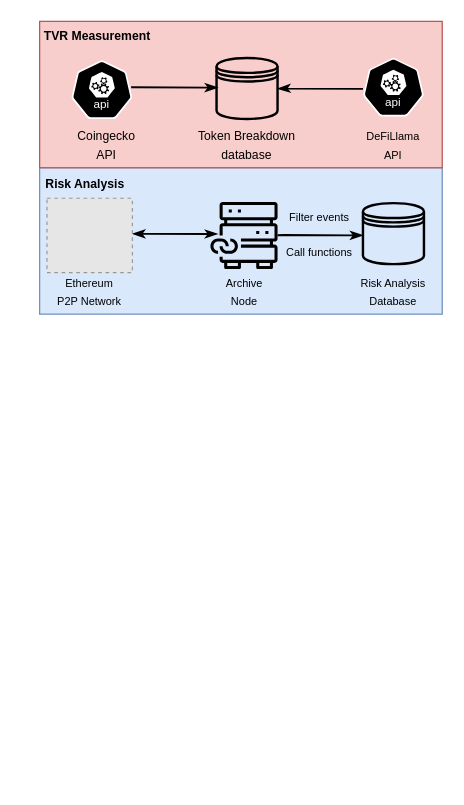
Above: diagrams/data_pipeline.drawio in lyc0603/tvl-measurement (draw.io), before the change. Source tidied: cells renumbered, new cells numbered last; positions are measured from the earlier drawing's top-left corner, leaving out a move shared by most shapes. Both pictures are drawn from the tidied source at 122%, with x=0, y=0 at pixel (39, 21). Pictures stored in the file or linked from it are replaced by grey dashed boxes.
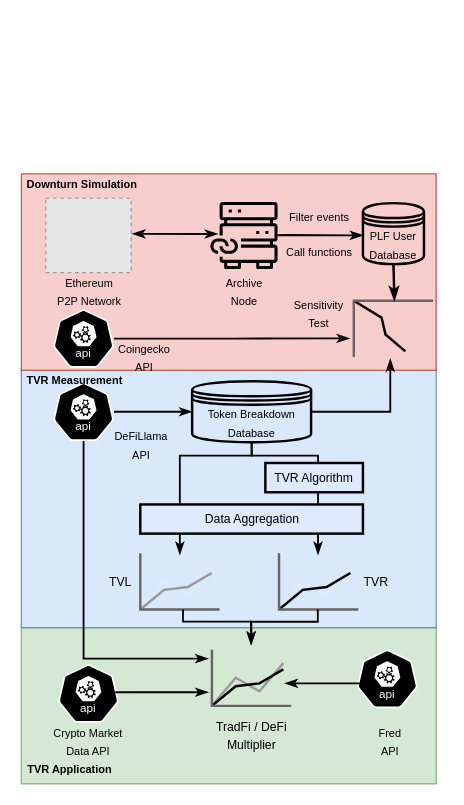
The same page after the edit.

Change to the diagram source:
```diff
@@
-    <mxCell id="2" style="rounded=0;whiteSpace=wrap;html=1;fillColor=#dae8fc;strokeColor=#6c8ebf;" parent="1" vertex="1">
-      <mxGeometry y="120" width="330" height="120" as="geometry" />
-    </mxCell>
+    <mxCell id="26" style="rounded=0;whiteSpace=wrap;html=1;fillColor=#d5e8d4;strokeColor=#82b366;" parent="1" vertex="1">
+      <mxGeometry x="-15" y="497" width="340" height="128" as="geometry" />
+    </mxCell>
+    <mxCell id="27" style="rounded=0;whiteSpace=wrap;html=1;fillColor=#dae8fc;strokeColor=#6c8ebf;" parent="1" vertex="1">
+      <mxGeometry x="-15" y="285" width="340" height="212" as="geometry" />
+    </mxCell>
+    <mxCell id="28" style="rounded=0;whiteSpace=wrap;html=1;fillColor=#f8cecc;strokeColor=#b85450;" parent="1" vertex="1">
+      <mxGeometry x="-15" y="125" width="340" height="161" as="geometry" />
+    </mxCell>
+    <mxCell id="29" style="edgeStyle=orthogonalEdgeStyle;rounded=0;jettySize=auto;html=1;exitX=0.5;exitY=1;exitDx=0;exitDy=0;entryX=0.492;entryY=0.025;entryDx=0;entryDy=0;entryPerimeter=0;strokeWidth=1.5;endArrow=classicThin;endFill=1;" parent="1" edge="1" source="18" target="34">
+      <mxGeometry relative="1" as="geometry">
+        <Array as="points">
+          <mxPoint x="173" y="356" />
+          <mxPoint x="228" y="356" />
+        </Array>
+      </mxGeometry>
+    </mxCell>
+    <mxCell id="30" style="edgeStyle=orthogonalEdgeStyle;rounded=0;jettySize=auto;html=1;exitX=0.5;exitY=1;exitDx=0;exitDy=0;entryX=0.499;entryY=0.025;entryDx=0;entryDy=0;entryPerimeter=0;strokeWidth=1.5;endArrow=classicThin;endFill=1;" parent="1" edge="1" source="18" target="33">
+      <mxGeometry relative="1" as="geometry">
+        <Array as="points">
+          <mxPoint x="173" y="356" />
+          <mxPoint x="115" y="356" />
+        </Array>
+      </mxGeometry>
+    </mxCell>
+    <mxCell id="31" value="&lt;font style=&quot;font-size: 10px;&quot;&gt;Data Aggregation&lt;/font&gt;" style="rounded=0;whiteSpace=wrap;html=1;strokeWidth=2;fillColor=#DDEAFF;" parent="1" vertex="1">
+      <mxGeometry x="82.5" y="396" width="182.5" height="23.9" as="geometry" />
+    </mxCell>
@@
-    <mxCell id="6" style="shape=datastore;whiteSpace=wrap;html=1;strokeWidth=2;fillColor=none;" parent="1" vertex="1">
+    <mxCell id="6" value="&lt;font style=&quot;font-size: 9px;&quot;&gt;PLF User&lt;br style=&quot;border-color: var(--border-color);&quot;&gt;Database&lt;/font&gt;" style="shape=datastore;whiteSpace=wrap;html=1;strokeWidth=2;fillColor=none;" parent="1" vertex="1">
       <mxGeometry x="265" y="149" width="50" height="50" as="geometry" />
     </mxCell>
-    <mxCell id="7" value="Risk Analysis" style="text;html=1;strokeColor=none;fillColor=none;align=center;verticalAlign=middle;whiteSpace=wrap;rounded=0;fontStyle=1;fontSize=10;" parent="1" vertex="1">
-      <mxGeometry y="121.9" width="75" height="23.1" as="geometry" />
-    </mxCell>
-    <mxCell id="8" style="group;" parent="1" vertex="1">
-      <mxGeometry x="6" y="145" width="70" height="61" as="geometry" />
-    </mxCell>
+    <mxCell id="11" value="&lt;font style=&quot;font-size: 9px;&quot;&gt;Ethereum&lt;br&gt;P2P Network&lt;/font&gt;" style="text;html=1;strokeColor=none;fillColor=none;align=center;verticalAlign=middle;whiteSpace=wrap;rounded=0;" parent="1" vertex="1">
+      <mxGeometry x="11" y="206" width="60" height="30" as="geometry" />
+    </mxCell>
+    <mxCell id="12" value="&lt;font style=&quot;font-size: 9px;&quot;&gt;Archive &lt;br&gt;Node&lt;/font&gt;" style="text;html=1;strokeColor=none;fillColor=none;align=center;verticalAlign=middle;whiteSpace=wrap;rounded=0;" parent="1" vertex="1">
+      <mxGeometry x="137.5" y="206" width="60" height="30" as="geometry" />
+    </mxCell>
+    <mxCell id="14" value="&lt;font style=&quot;font-size: 9px;&quot;&gt;Filter events&lt;br&gt;&lt;/font&gt;" style="text;html=1;strokeColor=none;fillColor=none;align=center;verticalAlign=middle;whiteSpace=wrap;rounded=0;" parent="1" vertex="1">
+      <mxGeometry x="197.5" y="150" width="62.5" height="20" as="geometry" />
+    </mxCell>
+    <mxCell id="18" value="&lt;font style=&quot;font-size: 9px;&quot;&gt;Token Breakdown&lt;br style=&quot;border-color: var(--border-color);&quot;&gt;Database&lt;/font&gt;" style="shape=datastore;whiteSpace=wrap;html=1;strokeWidth=2;fillColor=none;" parent="1" vertex="1">
+      <mxGeometry x="125" y="295" width="97.5" height="50" as="geometry" />
+    </mxCell>
+    <mxCell id="32" style="edgeStyle=orthogonalEdgeStyle;rounded=0;jettySize=auto;html=1;entryX=0;entryY=0.5;entryDx=0;entryDy=0;strokeWidth=1.5;endArrow=classicThin;endFill=1;" parent="1" edge="1" source="23" target="18">
+      <mxGeometry relative="1" as="geometry" />
+    </mxCell>
+    <mxCell id="23" style="sketch=0;html=1;dashed=0;whitespace=wrap;fillColor=#000000;strokeColor=#ffffff;points=[[0.005,0.63,0],[0.1,0.2,0],[0.9,0.2,0],[0.5,0,0],[0.995,0.63,0],[0.72,0.99,0],[0.5,1,0],[0.28,0.99,0]];shape=mxgraph.kubernetes.icon2;kubernetesLabel=1;prIcon=api;" parent="1" vertex="1">
+      <mxGeometry x="11" y="296" width="50" height="48" as="geometry" />
+    </mxCell>
+    <mxCell id="25" value="&lt;font style=&quot;font-size: 9px;&quot;&gt;Call functions&lt;br&gt;&lt;/font&gt;" style="text;html=1;strokeColor=none;fillColor=none;align=center;verticalAlign=middle;whiteSpace=wrap;rounded=0;" parent="1" vertex="1">
+      <mxGeometry x="197.5" y="179" width="62.5" height="20" as="geometry" />
+    </mxCell>
+    <mxCell id="33" style="verticalLabelPosition=bottom;shadow=0;dashed=0;align=center;html=1;verticalAlign=top;strokeWidth=1;shape=mxgraph.mockup.graphics.lineChart;strokeColor=none;strokeColor2=#666666;strokeColor3=#999999;strokeColor4=#DDEAFF;fillColor=none;" parent="1" vertex="1">
+      <mxGeometry x="82.5" y="436" width="65" height="46.1" as="geometry" />
+    </mxCell>
+    <mxCell id="34" style="verticalLabelPosition=bottom;shadow=0;dashed=0;align=center;html=1;verticalAlign=top;strokeWidth=1;shape=mxgraph.mockup.graphics.lineChart;strokeColor=none;strokeColor2=#666666;strokeColor3=#000000;strokeColor4=#DDEAFF;fillColor=none;" parent="1" vertex="1">
+      <mxGeometry x="196.2" y="436" width="65" height="46.1" as="geometry" />
+    </mxCell>
+    <mxCell id="35" value="&lt;font size=&quot;1&quot;&gt;TVL&lt;/font&gt;" style="text;html=1;strokeColor=none;fillColor=none;align=center;verticalAlign=middle;whiteSpace=wrap;rounded=0;" parent="1" vertex="1">
+      <mxGeometry x="50" y="449.1" width="32.5" height="20" as="geometry" />
+    </mxCell>
+    <mxCell id="36" value="&lt;font style=&quot;font-size: 10px;&quot;&gt;TVR Algorithm&lt;/font&gt;" style="rounded=0;whiteSpace=wrap;html=1;strokeWidth=2;fillColor=#DDEAFF;" parent="1" vertex="1">
+      <mxGeometry x="185" y="362" width="80" height="24" as="geometry" />
+    </mxCell>
+    <mxCell id="37" style="verticalLabelPosition=bottom;shadow=0;dashed=0;align=center;html=1;verticalAlign=top;strokeWidth=1;shape=mxgraph.mockup.graphics.lineChart;strokeColor=none;strokeColor2=#666666;strokeColor3=#000000;strokeColor4=#FFCCCC;direction=south;portConstraint=none;fillColor=none;" parent="1" vertex="1">
+      <mxGeometry x="257.5" y="229" width="65" height="46.1" as="geometry" />
+    </mxCell>
+    <mxCell id="38" value="&lt;font style=&quot;font-size: 9px;&quot;&gt;Coingecko&lt;br&gt;API&lt;br&gt;&lt;/font&gt;" style="text;html=1;strokeColor=none;fillColor=none;align=center;verticalAlign=middle;whiteSpace=wrap;rounded=0;" parent="1" vertex="1">
+      <mxGeometry x="61" y="260" width="50" height="30" as="geometry" />
+    </mxCell>
+    <mxCell id="39" style="edgeStyle=orthogonalEdgeStyle;rounded=0;jettySize=auto;html=1;entryX=1.032;entryY=0.54;entryDx=0;entryDy=0;entryPerimeter=0;endArrow=classicThin;endFill=1;strokeWidth=1.5;" parent="1" edge="1" source="18" target="37">
+      <mxGeometry relative="1" as="geometry">
+        <Array as="points">
+          <mxPoint x="287" y="320" />
+        </Array>
+      </mxGeometry>
+    </mxCell>
+    <mxCell id="40" style="edgeStyle=orthogonalEdgeStyle;rounded=0;jettySize=auto;html=1;exitX=0.5;exitY=1;exitDx=0;exitDy=0;entryX=0.002;entryY=0.488;entryDx=0;entryDy=0;entryPerimeter=0;strokeWidth=2;endArrow=classicThin;endFill=1;" parent="1" edge="1" source="6" target="37">
+      <mxGeometry relative="1" as="geometry" />
+    </mxCell>
+    <mxCell id="41" style="sketch=0;html=1;dashed=0;whitespace=wrap;fillColor=#000000;strokeColor=#ffffff;points=[[0.005,0.63,0],[0.1,0.2,0],[0.9,0.2,0],[0.5,0,0],[0.995,0.63,0],[0.72,0.99,0],[0.5,1,0],[0.28,0.99,0]];shape=mxgraph.kubernetes.icon2;kubernetesLabel=1;prIcon=api;" parent="1" vertex="1">
+      <mxGeometry x="11" y="236" width="50" height="48" as="geometry" />
+    </mxCell>
+    <mxCell id="42" style="edgeStyle=orthogonalEdgeStyle;rounded=0;jettySize=auto;html=1;entryX=0.67;entryY=1.053;entryDx=0;entryDy=0;entryPerimeter=0;strokeWidth=1.5;endArrow=classicThin;endFill=1;" parent="1" edge="1" source="41" target="37">
+      <mxGeometry relative="1" as="geometry" />
+    </mxCell>
+    <mxCell id="43" value="&lt;font size=&quot;1&quot;&gt;TVR&lt;/font&gt;" style="text;html=1;strokeColor=none;fillColor=none;align=center;verticalAlign=middle;whiteSpace=wrap;rounded=0;" parent="1" vertex="1">
+      <mxGeometry x="261.2" y="449" width="30" height="20" as="geometry" />
+    </mxCell>
+    <mxCell id="44" style="sketch=0;html=1;dashed=0;whitespace=wrap;fillColor=#000000;strokeColor=#ffffff;shape=mxgraph.kubernetes.icon2;kubernetesLabel=1;prIcon=api;" parent="1" vertex="1">
+      <mxGeometry x="260" y="515" width="50" height="48" as="geometry" />
+    </mxCell>
+    <mxCell id="45" value="&lt;font style=&quot;font-size: 9px;&quot;&gt;Fred&lt;br&gt;API&lt;br&gt;&lt;/font&gt;" style="text;html=1;strokeColor=none;fillColor=none;align=center;verticalAlign=middle;whiteSpace=wrap;rounded=0;" parent="1" vertex="1">
+      <mxGeometry x="265" y="575" width="45" height="30" as="geometry" />
+    </mxCell>
+    <mxCell id="46" style="verticalLabelPosition=bottom;shadow=0;dashed=0;align=center;html=1;verticalAlign=top;strokeWidth=1;shape=mxgraph.mockup.graphics.lineChart;strokeColor=none;strokeColor2=#666666;strokeColor3=#000000;strokeColor4=#999999;fillColor=none;" parent="1" vertex="1">
+      <mxGeometry x="141.2" y="515" width="65" height="46.1" as="geometry" />
+    </mxCell>
+    <mxCell id="47" value="&lt;font size=&quot;1&quot;&gt;TradFi / DeFi Multiplier&lt;/font&gt;" style="text;html=1;strokeColor=none;fillColor=none;align=center;verticalAlign=middle;whiteSpace=wrap;rounded=0;" parent="1" vertex="1">
+      <mxGeometry x="130" y="575" width="87.5" height="20" as="geometry" />
+    </mxCell>
+    <mxCell id="48" style="edgeStyle=orthogonalEdgeStyle;rounded=0;jettySize=auto;html=1;strokeWidth=1.5;endArrow=classicThin;endFill=1;entryX=0.492;entryY=-0.092;entryDx=0;entryDy=0;entryPerimeter=0;" parent="1" edge="1" target="46">
+      <mxGeometry relative="1" as="geometry">
+        <mxPoint x="117.5" y="482.1" as="sourcePoint" />
+        <Array as="points">
+          <mxPoint x="118" y="492" />
+          <mxPoint x="173" y="492" />
+        </Array>
+      </mxGeometry>
+    </mxCell>
+    <mxCell id="49" style="edgeStyle=orthogonalEdgeStyle;rounded=0;orthogonalLoop=1;jettySize=auto;html=1;strokeWidth=1.5;endArrow=classicThin;endFill=1;entryX=0.492;entryY=-0.092;entryDx=0;entryDy=0;entryPerimeter=0;" parent="1" edge="1">
+      <mxGeometry relative="1" as="geometry">
+        <mxPoint x="228" y="483.1" as="sourcePoint" />
+        <mxPoint x="173.5" y="511" as="targetPoint" />
+        <Array as="points">
+          <mxPoint x="228" y="482.1" />
+          <mxPoint x="228" y="492.1" />
+          <mxPoint x="174" y="492.1" />
+        </Array>
+      </mxGeometry>
+    </mxCell>
+    <mxCell id="20" value="&lt;font style=&quot;font-size: 9px;&quot;&gt;DeFiLlama&lt;br&gt;API&lt;br&gt;&lt;/font&gt;" style="text;html=1;strokeColor=none;fillColor=none;align=center;verticalAlign=middle;whiteSpace=wrap;rounded=0;" parent="1" vertex="1">
+      <mxGeometry x="61" y="332" width="45" height="30" as="geometry" />
+    </mxCell>
+    <mxCell id="50" value="&lt;font style=&quot;font-size: 9px;&quot;&gt;Sensitivity Test&lt;br&gt;&lt;/font&gt;" style="text;html=1;strokeColor=none;fillColor=none;align=center;verticalAlign=middle;whiteSpace=wrap;rounded=0;" parent="1" vertex="1">
+      <mxGeometry x="208.8" y="229" width="40" height="20" as="geometry" />
+    </mxCell>
+    <mxCell id="51" style="group;" parent="1" vertex="1">
+      <mxGeometry x="5" y="145" width="84" height="61" as="geometry" />
+    </mxCell>
-    <mxCell id="9" style="fillColor=#E6E6E6;strokeColor=#999999;dashed=1;verticalLabelPosition=bottom;labelBackgroundColor=default;verticalAlign=top;" parent="8" vertex="1">
+    <mxCell id="9" style="fillColor=#E6E6E6;strokeColor=#999999;dashed=1;verticalLabelPosition=bottom;labelBackgroundColor=default;verticalAlign=top;" parent="51" vertex="1">
       <mxGeometry x="26.6" y="16.4" width="16.9" height="28.1" as="geometry" />
     </mxCell>
-    <mxCell id="10" style="fillColor=#E6E6E6;strokeColor=#999999;dashed=1;verticalLabelPosition=bottom;labelBackgroundColor=default;verticalAlign=top;" parent="8" vertex="1">
+    <mxCell id="10" style="fillColor=#E6E6E6;strokeColor=#999999;dashed=1;verticalLabelPosition=bottom;labelBackgroundColor=default;verticalAlign=top;" parent="51" vertex="1">
       <mxGeometry width="70" height="61" as="geometry" />
     </mxCell>
-    <mxCell id="11" value="&lt;font style=&quot;font-size: 9px;&quot;&gt;Ethereum&lt;br&gt;P2P Network&lt;/font&gt;" style="text;html=1;strokeColor=none;fillColor=none;align=center;verticalAlign=middle;whiteSpace=wrap;rounded=0;" parent="1" vertex="1">
-      <mxGeometry x="11" y="206" width="60" height="30" as="geometry" />
-    </mxCell>
-    <mxCell id="12" value="&lt;font style=&quot;font-size: 9px;&quot;&gt;Archive &lt;br&gt;Node&lt;/font&gt;" style="text;html=1;strokeColor=none;fillColor=none;align=center;verticalAlign=middle;whiteSpace=wrap;rounded=0;" parent="1" vertex="1">
-      <mxGeometry x="137.5" y="206" width="60" height="30" as="geometry" />
-    </mxCell>
-    <mxCell id="13" value="&lt;font style=&quot;font-size: 9px;&quot;&gt;Risk Analysis&lt;br&gt;Database&lt;br&gt;&lt;/font&gt;" style="text;html=1;strokeColor=none;fillColor=none;align=center;verticalAlign=middle;whiteSpace=wrap;rounded=0;" parent="1" vertex="1">
-      <mxGeometry x="260" y="206" width="60" height="30" as="geometry" />
-    </mxCell>
-    <mxCell id="14" value="&lt;font style=&quot;font-size: 9px;&quot;&gt;Filter events&lt;br&gt;&lt;/font&gt;" style="text;html=1;strokeColor=none;fillColor=none;align=center;verticalAlign=middle;whiteSpace=wrap;rounded=0;" parent="1" vertex="1">
-      <mxGeometry x="197.5" y="150" width="62.5" height="20" as="geometry" />
-    </mxCell>
-    <mxCell id="15" style="rounded=0;whiteSpace=wrap;html=1;fillColor=#f8cecc;strokeColor=#b85450;" parent="1" vertex="1">
-      <mxGeometry width="330" height="120" as="geometry" />
-    </mxCell>
-    <mxCell id="16" style="endArrow=classicThin;startArrow=none;html=1;rounded=0;strokeWidth=1.5;startFill=0;endFill=1;" parent="1" edge="1">
-      <mxGeometry relative="1" as="geometry">
-        <mxPoint x="75" y="54" as="sourcePoint" />
-        <mxPoint x="146" y="54.3" as="targetPoint" />
-      </mxGeometry>
-    </mxCell>
-    <mxCell id="17" style="endArrow=none;startArrow=classicThin;html=1;rounded=0;strokeWidth=1.5;startFill=1;endFill=0;" parent="1" edge="1">
-      <mxGeometry relative="1" as="geometry">
-        <mxPoint x="195" y="55.3" as="sourcePoint" />
-        <mxPoint x="265" y="55.4" as="targetPoint" />
-        <Array as="points">
-          <mxPoint x="200" y="55.1" />
-        </Array>
-      </mxGeometry>
-    </mxCell>
-    <mxCell id="18" style="shape=datastore;whiteSpace=wrap;html=1;strokeWidth=2;fillColor=none;" parent="1" vertex="1">
-      <mxGeometry x="145" y="30" width="50" height="50" as="geometry" />
-    </mxCell>
+    <mxCell id="52" style="edgeStyle=orthogonalEdgeStyle;rounded=0;jettySize=auto;html=1;entryX=-0.046;entryY=0.161;entryDx=0;entryDy=0;entryPerimeter=0;strokeWidth=1.5;endArrow=classicThin;endFill=1;" parent="1" edge="1" source="23" target="46">
+      <mxGeometry relative="1" as="geometry">
+        <Array as="points">
+          <mxPoint x="36" y="522" />
+          <mxPoint x="138" y="522" />
+        </Array>
+      </mxGeometry>
+    </mxCell>
+    <mxCell id="53" style="edgeStyle=orthogonalEdgeStyle;rounded=0;orthogonalLoop=1;jettySize=auto;html=1;entryX=0;entryY=0.5;entryDx=0;entryDy=0;strokeWidth=1.5;endArrow=classicThin;endFill=1;" parent="1" edge="1">
+      <mxGeometry relative="1" as="geometry">
+        <mxPoint x="265" y="542.6" as="sourcePoint" />
+        <mxPoint x="201" y="542.6" as="targetPoint" />
+      </mxGeometry>
+    </mxCell>
+    <mxCell id="54" style="sketch=0;html=1;dashed=0;whitespace=wrap;fillColor=#000000;strokeColor=#ffffff;shape=mxgraph.kubernetes.icon2;kubernetesLabel=1;prIcon=api;" parent="1" vertex="1">
+      <mxGeometry x="15" y="527" width="50" height="48" as="geometry" />
+    </mxCell>
+    <mxCell id="55" style="edgeStyle=orthogonalEdgeStyle;rounded=0;orthogonalLoop=1;jettySize=auto;html=1;entryX=-0.046;entryY=0.757;entryDx=0;entryDy=0;strokeWidth=1.5;endArrow=classicThin;endFill=1;entryPerimeter=0;" parent="1" edge="1">
+      <mxGeometry relative="1" as="geometry">
+        <mxPoint x="62" y="550.6" as="sourcePoint" />
+        <mxPoint x="138.3" y="549.9" as="targetPoint" />
+        <Array as="points">
+          <mxPoint x="138" y="551" />
+        </Array>
+      </mxGeometry>
+    </mxCell>
+    <mxCell id="56" value="&lt;font style=&quot;font-size: 9px;&quot;&gt;Crypto Market Data API&lt;br&gt;&lt;/font&gt;" style="text;html=1;strokeColor=none;fillColor=none;align=center;verticalAlign=middle;whiteSpace=wrap;rounded=0;" parent="1" vertex="1">
+      <mxGeometry x="9.2" y="575" width="61.5" height="30" as="geometry" />
+    </mxCell>
+    <mxCell id="57" value="&lt;font style=&quot;font-size: 9px;&quot;&gt;&lt;b&gt;Downturn Simulation&lt;/b&gt;&lt;br&gt;&lt;/font&gt;" style="text;html=1;strokeColor=none;fillColor=none;align=center;verticalAlign=middle;whiteSpace=wrap;rounded=0;" parent="1" vertex="1">
+      <mxGeometry x="-15" y="125" width="100" height="16.4" as="geometry" />
+    </mxCell>
-    <mxCell id="19" value="TVR Measurement" style="text;html=1;strokeColor=none;fillColor=none;align=center;verticalAlign=middle;whiteSpace=wrap;rounded=0;fontStyle=1;fontSize=10;" parent="1" vertex="1">
-      <mxGeometry width="95" height="23.1" as="geometry" />
+    <mxCell id="19" value="&lt;font style=&quot;font-size: 9px;&quot;&gt;&lt;b&gt;TVR Measurement&lt;/b&gt;&lt;br&gt;&lt;/font&gt;" style="text;html=1;strokeColor=none;fillColor=none;align=center;verticalAlign=middle;whiteSpace=wrap;rounded=0;" parent="1" vertex="1">
+      <mxGeometry x="-15" y="286" width="87.5" height="16.4" as="geometry" />
     </mxCell>
-    <mxCell id="20" value="&lt;font size=&quot;1&quot;&gt;Coingecko API&lt;/font&gt;" style="text;html=1;strokeColor=none;fillColor=none;align=center;verticalAlign=middle;whiteSpace=wrap;rounded=0;" parent="1" vertex="1">
-      <mxGeometry x="24.5" y="86" width="60" height="30" as="geometry" />
-    </mxCell>
-    <mxCell id="21" value="&lt;font size=&quot;1&quot;&gt;Token Breakdown database&lt;/font&gt;" style="text;html=1;strokeColor=none;fillColor=none;align=center;verticalAlign=middle;whiteSpace=wrap;rounded=0;" parent="1" vertex="1">
-      <mxGeometry x="126.2" y="86" width="87.5" height="30" as="geometry" />
-    </mxCell>
-    <mxCell id="22" value="&lt;font style=&quot;font-size: 9px;&quot;&gt;DeFiLlama&lt;br&gt;API&lt;br&gt;&lt;/font&gt;" style="text;html=1;strokeColor=none;fillColor=none;align=center;verticalAlign=middle;whiteSpace=wrap;rounded=0;" parent="1" vertex="1">
-      <mxGeometry x="260" y="86" width="60" height="30" as="geometry" />
-    </mxCell>
-    <mxCell id="23" style="sketch=0;html=1;dashed=0;whitespace=wrap;fillColor=#000000;strokeColor=#ffffff;points=[[0.005,0.63,0],[0.1,0.2,0],[0.9,0.2,0],[0.5,0,0],[0.995,0.63,0],[0.72,0.99,0],[0.5,1,0],[0.28,0.99,0]];shape=mxgraph.kubernetes.icon2;kubernetesLabel=1;prIcon=api;" parent="1" vertex="1">
-      <mxGeometry x="26" y="32" width="50" height="48" as="geometry" />
-    </mxCell>
-    <mxCell id="24" style="sketch=0;html=1;dashed=0;whitespace=wrap;fillColor=#000000;strokeColor=#ffffff;shape=mxgraph.kubernetes.icon2;kubernetesLabel=1;prIcon=api;" parent="1" vertex="1">
-      <mxGeometry x="265" y="30" width="50" height="48" as="geometry" />
-    </mxCell>
-    <mxCell id="25" value="&lt;font style=&quot;font-size: 9px;&quot;&gt;Call functions&lt;br&gt;&lt;/font&gt;" style="text;html=1;strokeColor=none;fillColor=none;align=center;verticalAlign=middle;whiteSpace=wrap;rounded=0;" parent="1" vertex="1">
-      <mxGeometry x="197.5" y="179" width="62.5" height="20" as="geometry" />
-    </mxCell>
+    <mxCell id="58" value="&lt;font style=&quot;font-size: 9px;&quot;&gt;&lt;b&gt;TVR Application&lt;/b&gt;&lt;br&gt;&lt;/font&gt;" style="text;html=1;strokeColor=none;fillColor=none;align=center;verticalAlign=middle;whiteSpace=wrap;rounded=0;" parent="1" vertex="1">
+      <mxGeometry x="-15" y="605" width="80" height="16.4" as="geometry" />
+    </mxCell>
```
